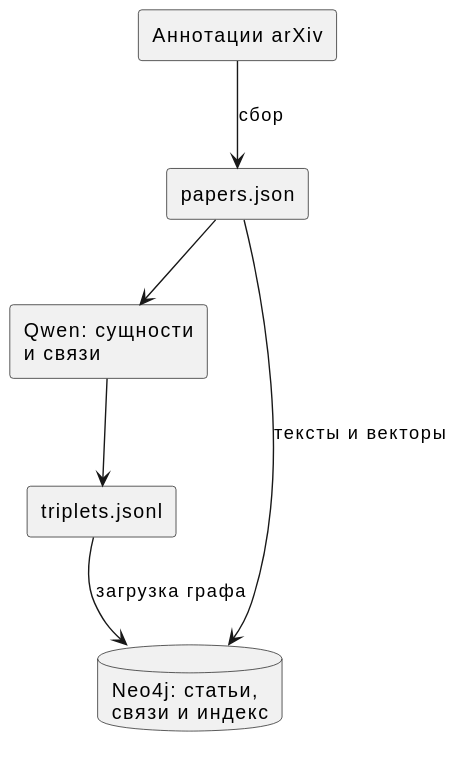
Earlier version of the PlantUML export diagrams/00-prepare.svg (P0dp1vass/graphrag-papers-review). Source of this version:
```plantuml
@startuml
skinparam shadowing false
rectangle "Аннотации arXiv" as arxiv
rectangle "papers.json" as papers
rectangle "Qwen: сущности\nи связи" as extract
rectangle "triplets.jsonl" as triplets
database "Neo4j: статьи,\nсвязи и индекс" as graph
arxiv --> papers : сбор
papers --> extract
extract --> triplets
triplets --> graph : загрузка графа
papers --> graph : тексты и векторы
@enduml
```
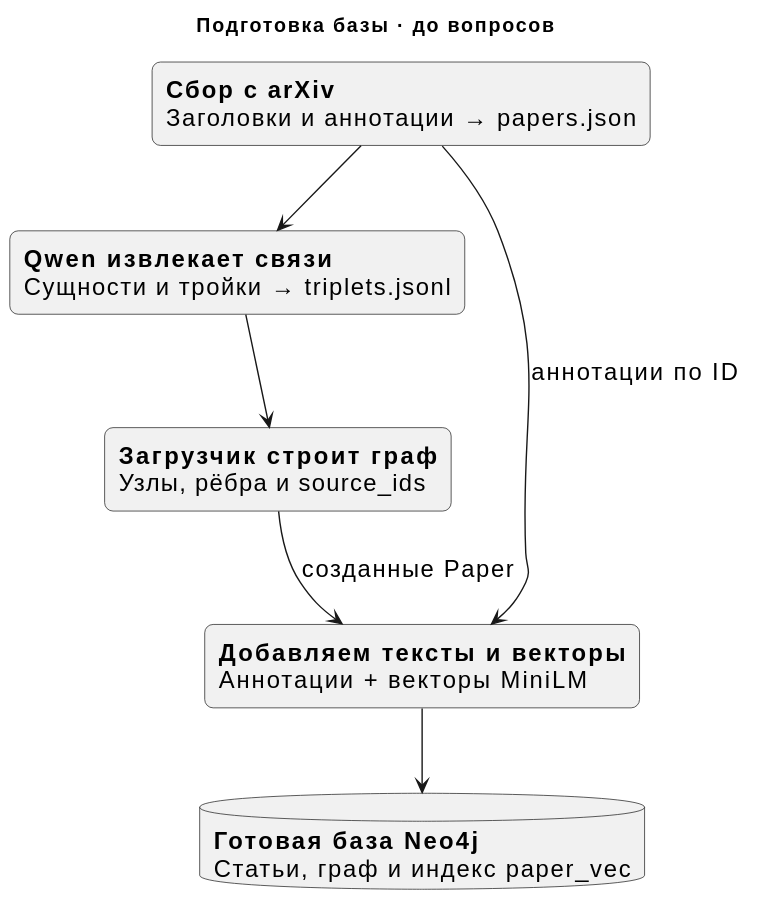
Above is the later version.

What changed in the source:
```diff
@@ -1,13 +1,20 @@
 @startuml
+title Подготовка базы · до вопросов
+skinparam monochrome true
 skinparam shadowing false
-rectangle "Аннотации arXiv" as arxiv
-rectangle "papers.json" as papers
-rectangle "Qwen: сущности\nи связи" as extract
-rectangle "triplets.jsonl" as triplets
-database "Neo4j: статьи,\nсвязи и индекс" as graph
-arxiv --> papers : сбор
-papers --> extract
-extract --> triplets
-triplets --> graph : загрузка графа
-papers --> graph : тексты и векторы
+skinparam roundcorner 12
+skinparam defaultFontSize 17
+skinparam nodesep 48
+
+rectangle "<b>Сбор с arXiv</b>\nЗаголовки и аннотации → papers.json" as corpus
+rectangle "<b>Qwen извлекает связи</b>\nСущности и тройки → triplets.jsonl" as extract
+rectangle "<b>Загрузчик строит граф</b>\nУзлы, рёбра и source_ids" as load
+rectangle "<b>Добавляем тексты и векторы</b>\nАннотации + векторы MiniLM" as index
+database "<b>Готовая база Neo4j</b>\nСтатьи, граф и индекс paper_vec" as graph
+
+corpus -down-> extract
+corpus -down-> index : аннотации по ID
+extract -down-> load
+load -down-> index : созданные Paper
+index -down-> graph
 @enduml
```
